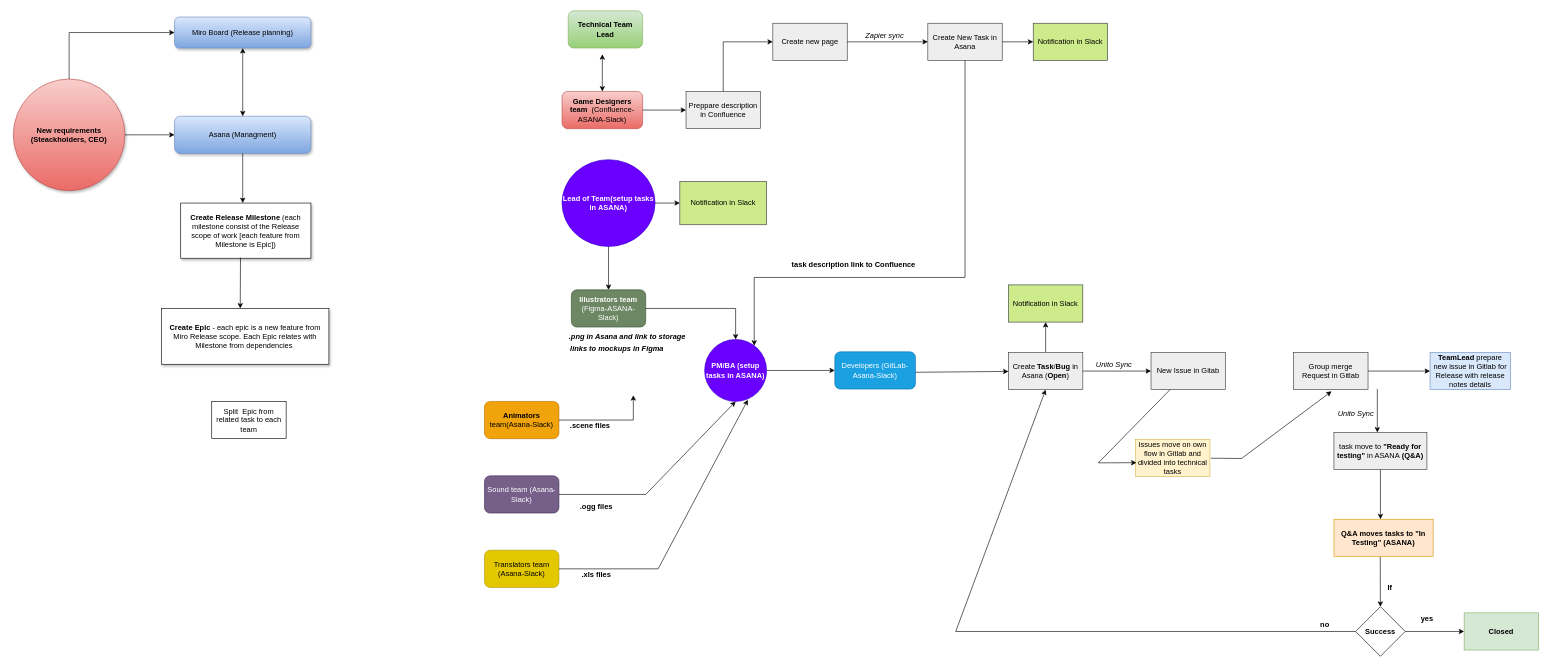
The draw.io diagram New ASANA process of Sky network BP Diagram.drawio in annastazi09/blog, before the edit. Source tidied: cells renumbered, new cells numbered last; positions are measured from the earlier drawing's top-left corner, leaving out a move shared by most shapes. Both pictures are drawn from the tidied source at 62%, with x=0, y=0 at pixel (13, 11).
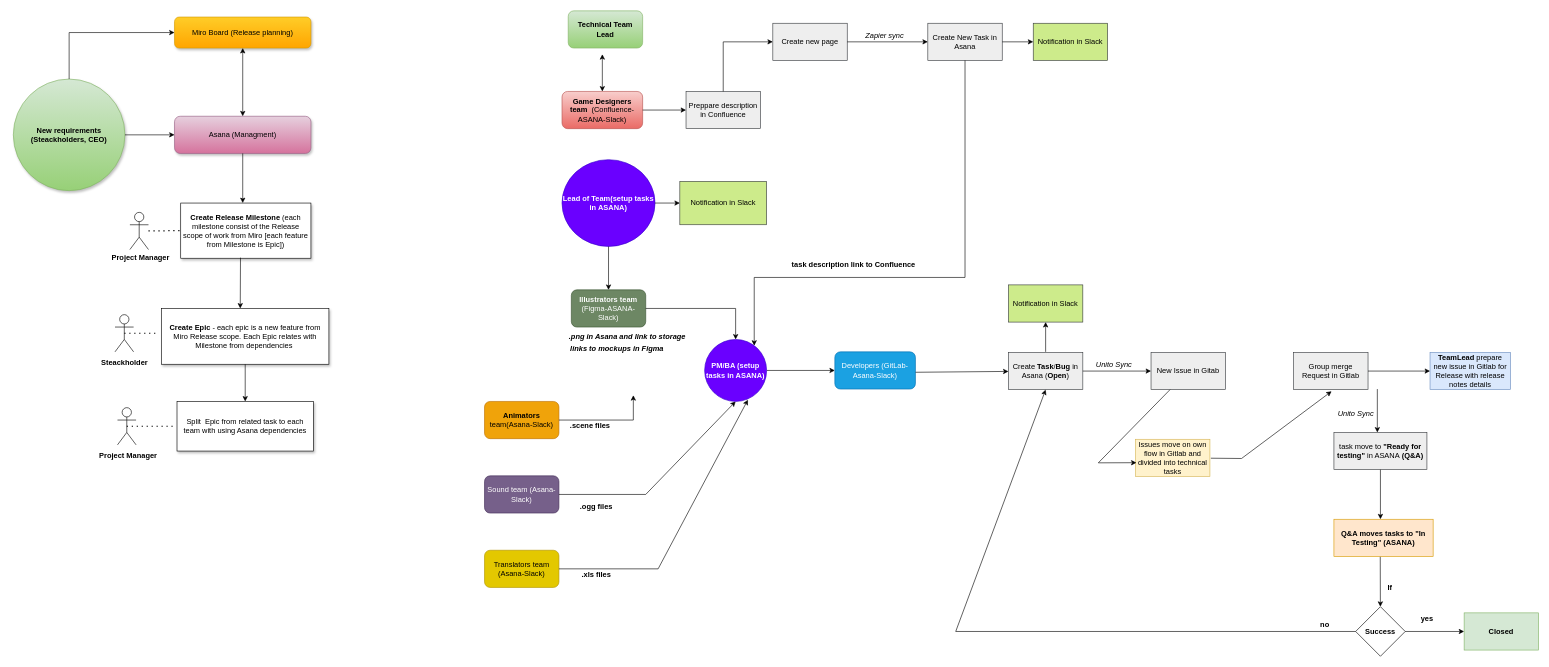
The same diagram, later.

The change refers to these unchanged cells:
```xml
<mxCell id="68" value="&lt;b&gt;Create Epic&lt;/b&gt; - each epic is a new feature from Miro Release scope. Each Epic relates with Milestone from dependencies&amp;nbsp;" style="rounded=0;whiteSpace=wrap;html=1;shadow=1;" parent="1" vertex="1">
  <mxGeometry x="239" y="480" width="270" height="90" as="geometry" />
</mxCell>
```

What changed in the source:
```diff
@@
-    <mxCell id="2" value="&lt;b&gt;New requirements (Steackholders, CEO)&lt;/b&gt;" style="ellipse;whiteSpace=wrap;html=1;fillColor=#f8cecc;strokeColor=#b85450;gradientColor=#ea6b66;shadow=1;" parent="1" vertex="1">
+    <mxCell id="2" value="&lt;b&gt;New requirements (Steackholders, CEO)&lt;/b&gt;" style="ellipse;whiteSpace=wrap;html=1;fillColor=#d5e8d4;strokeColor=#82b366;gradientColor=#97d077;shadow=1;" parent="1" vertex="1">
       <mxGeometry y="110" width="180" height="180" as="geometry" />
     </mxCell>
@@
-    <mxCell id="63" value="Miro Board (Release planning)" style="rounded=1;whiteSpace=wrap;html=1;fillColor=#dae8fc;gradientColor=#7ea6e0;strokeColor=#6c8ebf;shadow=1;" parent="1" vertex="1">
+    <mxCell id="63" value="Miro Board (Release planning)" style="rounded=1;whiteSpace=wrap;html=1;fillColor=#ffcd28;gradientColor=#ffa500;strokeColor=#d79b00;shadow=1;" parent="1" vertex="1">
       <mxGeometry x="260" y="10" width="220" height="50" as="geometry" />
     </mxCell>
-    <mxCell id="64" value="Asana (Managment)" style="rounded=1;whiteSpace=wrap;html=1;fillColor=#dae8fc;gradientColor=#7ea6e0;strokeColor=#6c8ebf;shadow=1;" parent="1" vertex="1">
+    <mxCell id="64" value="Asana (Managment)" style="rounded=1;whiteSpace=wrap;html=1;fillColor=#e6d0de;gradientColor=#d5739d;strokeColor=#996185;shadow=1;" parent="1" vertex="1">
       <mxGeometry x="260" y="170" width="220" height="60" as="geometry" />
     </mxCell>
@@
-    <mxCell id="69" value="Split&amp;nbsp; Epic from related task to each team" style="rounded=0;whiteSpace=wrap;html=1;" parent="1" vertex="1">
-      <mxGeometry x="320" y="630" width="120" height="60" as="geometry" />
+    <mxCell id="69" value="Split&amp;nbsp; Epic from related task to each team with using Asana dependencies" style="rounded=0;whiteSpace=wrap;html=1;shadow=1;" parent="1" vertex="1">
+      <mxGeometry x="264" y="630" width="220" height="80" as="geometry" />
     </mxCell>
-    <mxCell id="70" value="&lt;b&gt;Create Release Milestone&lt;/b&gt; (each milestone consist of the Release scope of work [each feature from Milestone is Epic])" style="rounded=0;whiteSpace=wrap;html=1;shadow=1;" parent="1" vertex="1">
+    <mxCell id="70" value="&lt;b&gt;Create Release Milestone&lt;/b&gt; (each milestone consist of the Release scope of work from Miro [each feature from Milestone is Epic])" style="rounded=0;whiteSpace=wrap;html=1;shadow=1;" parent="1" vertex="1">
       <mxGeometry x="270" y="310" width="210" height="89" as="geometry" />
     </mxCell>
@@
+    <mxCell id="73" value="Steackholder" style="text;html=1;align=center;verticalAlign=middle;strokeColor=none;fillColor=none;fontStyle=1;" parent="1" vertex="1">
+      <mxGeometry x="129" y="553" width="100" height="30" as="geometry" />
+    </mxCell>
+    <mxCell id="74" value="Actor" style="shape=umlActor;verticalLabelPosition=bottom;verticalAlign=top;html=1;outlineConnect=0;comic=0;strokeColor=default;fillColor=default;overflow=hidden;noLabel=1;" parent="1" vertex="1">
+      <mxGeometry x="188" y="325" width="30" height="60" as="geometry" />
+    </mxCell>
+    <mxCell id="75" value="Actor" style="shape=umlActor;verticalLabelPosition=bottom;verticalAlign=top;html=1;outlineConnect=0;overflow=hidden;noLabel=1;" parent="1" vertex="1">
+      <mxGeometry x="164" y="490" width="30" height="60" as="geometry" />
+    </mxCell>
+    <mxCell id="76" value="Actor" style="shape=umlActor;verticalLabelPosition=bottom;verticalAlign=top;html=1;outlineConnect=0;noLabel=1;" parent="1" vertex="1">
+      <mxGeometry x="168" y="640" width="30" height="60" as="geometry" />
+    </mxCell>
+    <mxCell id="77" value="Project Manager" style="text;html=1;align=center;verticalAlign=middle;strokeColor=none;fillColor=none;fontStyle=1;" parent="1" vertex="1">
+      <mxGeometry x="145" y="384" width="120" height="30" as="geometry" />
+    </mxCell>
+    <mxCell id="78" value="Project Manager" style="text;html=1;align=center;verticalAlign=middle;strokeColor=none;fillColor=none;fontStyle=1;" parent="1" vertex="1">
+      <mxGeometry x="125" y="702" width="120" height="30" as="geometry" />
+    </mxCell>
+    <mxCell id="79" style="endArrow=none;dashed=1;html=1;dashPattern=1 3;strokeWidth=2;rounded=0;entryX=0;entryY=0.5;entryDx=0;entryDy=0;" parent="1" edge="1" source="74" target="70">
+      <mxGeometry relative="1" as="geometry" />
+    </mxCell>
+    <mxCell id="80" style="endArrow=none;dashed=1;html=1;dashPattern=1 3;strokeWidth=2;rounded=0;exitX=0.5;exitY=0.5;exitDx=0;exitDy=0;exitPerimeter=0;" parent="1" edge="1" source="75">
+      <mxGeometry relative="1" as="geometry">
+        <mxPoint x="230" y="520" as="targetPoint" />
+      </mxGeometry>
+    </mxCell>
+    <mxCell id="81" style="endArrow=none;dashed=1;html=1;dashPattern=1 3;strokeWidth=2;rounded=0;exitX=0.5;exitY=0.5;exitDx=0;exitDy=0;exitPerimeter=0;" parent="1" edge="1" source="76">
+      <mxGeometry relative="1" as="geometry">
+        <mxPoint x="260" y="670" as="targetPoint" />
+      </mxGeometry>
+    </mxCell>
+    <mxCell id="82" style="endArrow=classic;html=1;rounded=0;exitX=0.5;exitY=1;exitDx=0;exitDy=0;entryX=0.5;entryY=0;entryDx=0;entryDy=0;" parent="1" edge="1" source="68" target="69">
+      <mxGeometry relative="1" as="geometry" />
+    </mxCell>
```
